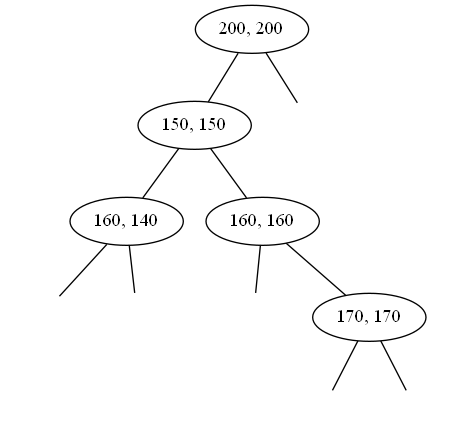
This is kd-tree/kd-tree/kdtree.gv.png from jparimaa/pypg, a Graphviz export, as it was before one commit. Its source is kept beside it as kd-tree/kd-tree/kdtree.gv.
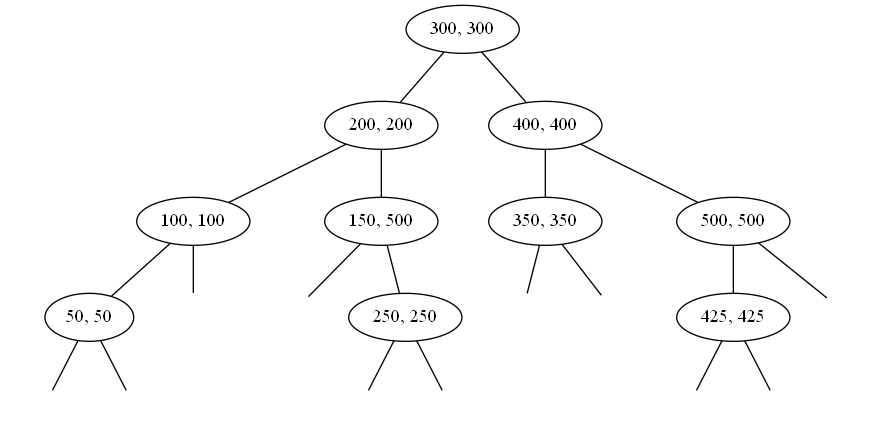
After the change.

Diff of the diagram source:
```diff
@@ -1,24 +1,44 @@
 graph g {
 	graph [rankdir=BT]
-	0 [label="200, 200"]
-	1 [label="150, 150"]
+	0 [label="300, 300"]
+	1 [label="200, 200"]
 	1 -- 0
-	2 [label="160, 140"]
+	2 [label="100, 100"]
 	2 -- 1
+	3 [label="50, 50"]
+	3 -- 2
 	-1 [label="" style=invis]
-	-1 -- 2
+	-1 -- 3
 	-2 [label="" style=invis]
-	-2 -- 2
-	3 [label="160, 160"]
-	3 -- 1
+	-2 -- 3
 	-3 [label="" style=invis]
-	-3 -- 3
-	4 [label="170, 170"]
-	4 -- 3
+	-3 -- 2
+	4 [label="150, 500"]
+	4 -- 1
 	-4 [label="" style=invis]
 	-4 -- 4
+	5 [label="250, 250"]
+	5 -- 4
 	-5 [label="" style=invis]
-	-5 -- 4
+	-5 -- 5
 	-6 [label="" style=invis]
-	-6 -- 0
+	-6 -- 5
+	6 [label="400, 400"]
+	6 -- 0
+	7 [label="350, 350"]
+	7 -- 6
+	-7 [label="" style=invis]
+	-7 -- 7
+	-8 [label="" style=invis]
+	-8 -- 7
+	8 [label="500, 500"]
+	8 -- 6
+	9 [label="425, 425"]
+	9 -- 8
+	-9 [label="" style=invis]
+	-9 -- 9
+	-10 [label="" style=invis]
+	-10 -- 9
+	-11 [label="" style=invis]
+	-11 -- 8
 }
```
